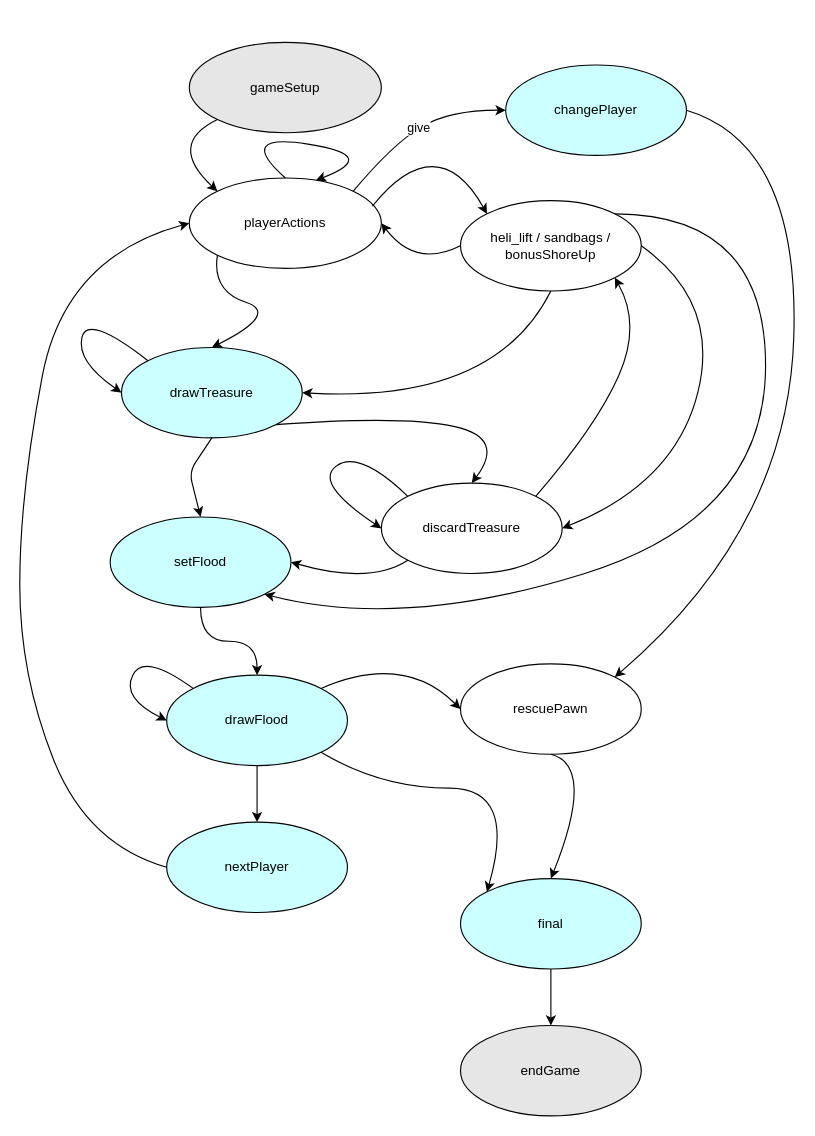
Before: state_diagram.drawio in jdicorpo/bga-forbiddenisland, a draw.io diagram. Source tidied: cells renumbered, new cells numbered last; positions are measured from the earlier drawing's top-left corner, leaving out a move shared by most shapes. Both pictures are drawn from the tidied source at 113%, with x=0, y=0 at pixel (19, 42).
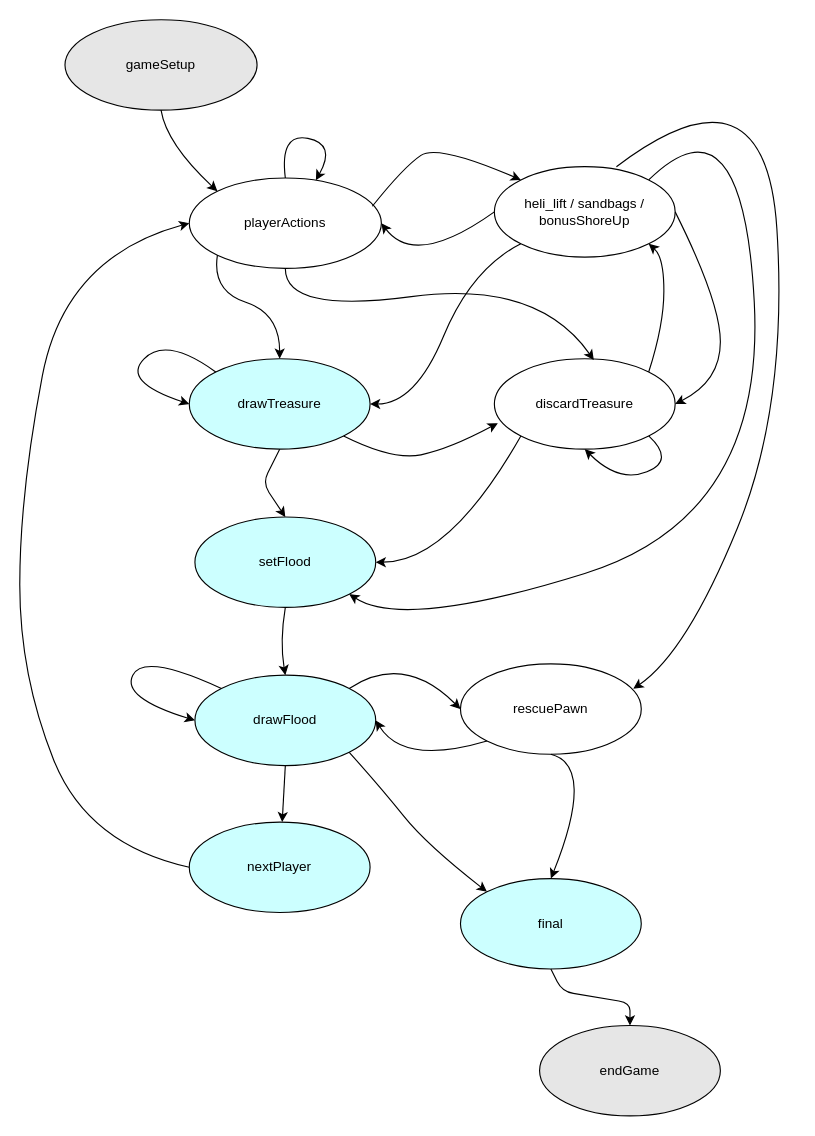
Above is the later version.

The change refers to these unchanged cells:
```xml
<mxCell id="3" value="playerActions" style="ellipse;whiteSpace=wrap;html=1;" parent="1" vertex="1">
  <mxGeometry x="150" y="120" width="170" height="80" as="geometry" />
</mxCell>
<mxCell id="16" value="final" style="ellipse;whiteSpace=wrap;html=1;fillColor=#CCFFFF;" parent="1" vertex="1">
  <mxGeometry x="390" y="740" width="160" height="80" as="geometry" />
</mxCell>
<mxCell id="21" value="rescuePawn" style="ellipse;whiteSpace=wrap;html=1;" parent="1" vertex="1">
  <mxGeometry x="390" y="550" width="160" height="80" as="geometry" />
</mxCell>
```

Change to the diagram source:
```diff
@@
     <mxCell id="2" value="gameSetup" style="ellipse;whiteSpace=wrap;html=1;fillColor=#E6E6E6;" parent="1" vertex="1">
-      <mxGeometry x="150" width="170" height="80" as="geometry" />
+      <mxGeometry x="40" y="-20" width="170" height="80" as="geometry" />
     </mxCell>
@@
     <mxCell id="4" value="drawTreasure" style="ellipse;whiteSpace=wrap;html=1;fillColor=#CCFFFF;" parent="1" vertex="1">
-      <mxGeometry x="90" y="270" width="160" height="80" as="geometry" />
+      <mxGeometry x="150" y="280" width="160" height="80" as="geometry" />
     </mxCell>
     <mxCell id="5" value="discardTreasure" style="ellipse;whiteSpace=wrap;html=1;" parent="1" vertex="1">
-      <mxGeometry x="320" y="390" width="160" height="80" as="geometry" />
+      <mxGeometry x="420" y="280" width="160" height="80" as="geometry" />
     </mxCell>
     <mxCell id="6" value="setFlood" style="ellipse;whiteSpace=wrap;html=1;fillColor=#CCFFFF;" parent="1" vertex="1">
-      <mxGeometry x="80" y="420" width="160" height="80" as="geometry" />
+      <mxGeometry x="155" y="420" width="160" height="80" as="geometry" />
     </mxCell>
     <mxCell id="7" value="drawFlood" style="ellipse;whiteSpace=wrap;html=1;fillColor=#CCFFFF;" parent="1" vertex="1">
-      <mxGeometry x="130" y="560" width="160" height="80" as="geometry" />
+      <mxGeometry x="155" y="560" width="160" height="80" as="geometry" />
     </mxCell>
     <mxCell id="8" style="endArrow=classic;html=1;exitX=0.5;exitY=1;exitDx=0;exitDy=0;entryX=0.5;entryY=0;entryDx=0;entryDy=0;" parent="1" edge="1" source="4" target="6">
       <mxGeometry relative="1" as="geometry">
         <Array as="points">
-          <mxPoint x="150" y="380" />
+          <mxPoint x="215" y="390" />
         </Array>
       </mxGeometry>
     </mxCell>
     <mxCell id="9" value="nextPlayer" style="ellipse;whiteSpace=wrap;html=1;fillColor=#CCFFFF;" parent="1" vertex="1">
-      <mxGeometry x="130" y="690" width="160" height="80" as="geometry" />
+      <mxGeometry x="150" y="690" width="160" height="80" as="geometry" />
     </mxCell>
@@
     <mxCell id="13" style="curved=1;endArrow=classic;html=1;exitX=0.5;exitY=0;exitDx=0;exitDy=0;entryX=0.659;entryY=0.025;entryDx=0;entryDy=0;entryPerimeter=0;" parent="1" edge="1" source="3" target="3">
       <mxGeometry relative="1" as="geometry">
         <Array as="points">
-          <mxPoint x="190" y="80" />
-          <mxPoint x="320" y="100" />
+          <mxPoint x="230" y="80" />
+          <mxPoint x="280" y="90" />
         </Array>
       </mxGeometry>
     </mxCell>
     <mxCell id="14" style="curved=1;endArrow=classic;html=1;exitX=0;exitY=0;exitDx=0;exitDy=0;entryX=0;entryY=0.5;entryDx=0;entryDy=0;" parent="1" edge="1" source="4" target="4">
       <mxGeometry relative="1" as="geometry">
         <Array as="points">
-          <mxPoint x="60" y="240" />
-          <mxPoint x="50" y="282" />
+          <mxPoint x="130" y="260" />
+          <mxPoint x="90" y="300" />
         </Array>
       </mxGeometry>
     </mxCell>
-    <mxCell id="15" style="curved=1;endArrow=classic;html=1;exitX=0;exitY=0;exitDx=0;exitDy=0;entryX=0;entryY=0.5;entryDx=0;entryDy=0;" parent="1" edge="1" source="5" target="5">
+    <mxCell id="15" style="curved=1;endArrow=classic;html=1;exitX=1;exitY=1;exitDx=0;exitDy=0;entryX=0.5;entryY=1;entryDx=0;entryDy=0;" parent="1" edge="1" source="5" target="5">
       <mxGeometry relative="1" as="geometry">
         <Array as="points">
-          <mxPoint x="300" y="360" />
-          <mxPoint x="260" y="390" />
+          <mxPoint x="580" y="370" />
+          <mxPoint x="530" y="390" />
         </Array>
       </mxGeometry>
     </mxCell>
@@
     <mxCell id="17" value="endGame" style="ellipse;whiteSpace=wrap;html=1;fillColor=#E6E6E6;" parent="1" vertex="1">
-      <mxGeometry x="390" y="870" width="160" height="80" as="geometry" />
+      <mxGeometry x="460" y="870" width="160" height="80" as="geometry" />
     </mxCell>
     <mxCell id="18" style="endArrow=classic;html=1;exitX=0.5;exitY=1;exitDx=0;exitDy=0;entryX=0.5;entryY=0;entryDx=0;entryDy=0;" parent="1" edge="1" source="16" target="17">
-      <mxGeometry relative="1" as="geometry" />
+      <mxGeometry relative="1" as="geometry">
+        <Array as="points">
+          <mxPoint x="480" y="840" />
+          <mxPoint x="540" y="850" />
+        </Array>
+      </mxGeometry>
     </mxCell>
     <mxCell id="19" style="curved=1;endArrow=classic;html=1;exitX=1;exitY=1;exitDx=0;exitDy=0;entryX=0;entryY=0;entryDx=0;entryDy=0;" parent="1" edge="1" source="7" target="16">
       <mxGeometry relative="1" as="geometry">
         <Array as="points">
           <mxPoint x="320" y="660" />
-          <mxPoint x="440" y="660" />
+          <mxPoint x="360" y="710" />
         </Array>
       </mxGeometry>
     </mxCell>
     <mxCell id="20" style="curved=1;endArrow=classic;html=1;exitX=0;exitY=1;exitDx=0;exitDy=0;entryX=1;entryY=0.5;entryDx=0;entryDy=0;" parent="1" edge="1" source="5" target="6">
       <mxGeometry relative="1" as="geometry">
         <Array as="points">
-          <mxPoint x="310" y="480" />
+          <mxPoint x="380" y="460" />
         </Array>
       </mxGeometry>
     </mxCell>
@@
     <mxCell id="22" value="heli_lift / sandbags / bonusShoreUp" style="ellipse;whiteSpace=wrap;html=1;" parent="1" vertex="1">
-      <mxGeometry x="390" y="140" width="160" height="80" as="geometry" />
+      <mxGeometry x="420" y="110" width="160" height="80" as="geometry" />
     </mxCell>
-    <mxCell id="23" style="curved=1;endArrow=classic;html=1;exitX=1;exitY=1;exitDx=0;exitDy=0;entryX=0.5;entryY=0;entryDx=0;entryDy=0;" parent="1" edge="1" source="4" target="5">
+    <mxCell id="23" style="curved=1;endArrow=classic;html=1;exitX=1;exitY=1;exitDx=0;exitDy=0;entryX=0.019;entryY=0.713;entryDx=0;entryDy=0;entryPerimeter=0;" parent="1" edge="1" source="4" target="5">
       <mxGeometry relative="1" as="geometry">
         <Array as="points">
-          <mxPoint x="340" y="330" />
-          <mxPoint x="430" y="350" />
+          <mxPoint x="330" y="370" />
+          <mxPoint x="380" y="360" />
         </Array>
       </mxGeometry>
     </mxCell>
-    <mxCell id="24" style="curved=1;endArrow=classic;html=1;exitX=0;exitY=1;exitDx=0;exitDy=0;entryX=0;entryY=0;entryDx=0;entryDy=0;" parent="1" edge="1" source="2" target="3">
+    <mxCell id="24" style="curved=1;endArrow=classic;html=1;exitX=0.5;exitY=1;exitDx=0;exitDy=0;entryX=0;entryY=0;entryDx=0;entryDy=0;" parent="1" edge="1" source="2" target="3">
       <mxGeometry relative="1" as="geometry">
         <Array as="points">
           <mxPoint x="130" y="90" />
         </Array>
       </mxGeometry>
     </mxCell>
     <mxCell id="25" style="curved=1;endArrow=classic;html=1;exitX=0.953;exitY=0.313;exitDx=0;exitDy=0;entryX=0;entryY=0;entryDx=0;entryDy=0;exitPerimeter=0;" parent="1" edge="1" source="3" target="22">
       <mxGeometry relative="1" as="geometry">
         <Array as="points">
           <mxPoint x="340" y="110" />
-          <mxPoint x="390" y="110" />
+          <mxPoint x="370" y="90" />
         </Array>
       </mxGeometry>
     </mxCell>
@@
-    <mxCell id="28" style="curved=1;endArrow=classic;html=1;exitX=0.5;exitY=1;exitDx=0;exitDy=0;entryX=1;entryY=0.5;entryDx=0;entryDy=0;" parent="1" edge="1" source="22" target="4">
+    <mxCell id="28" style="curved=1;endArrow=classic;html=1;exitX=0;exitY=1;exitDx=0;exitDy=0;entryX=1;entryY=0.5;entryDx=0;entryDy=0;" parent="1" edge="1" source="22" target="4">
       <mxGeometry relative="1" as="geometry">
         <Array as="points">
-          <mxPoint x="420" y="320" />
+          <mxPoint x="400" y="200" />
+          <mxPoint x="350" y="320" />
         </Array>
       </mxGeometry>
     </mxCell>
     <mxCell id="29" style="curved=1;endArrow=classic;html=1;exitX=1;exitY=0;exitDx=0;exitDy=0;entryX=1;entryY=1;entryDx=0;entryDy=0;" parent="1" edge="1" source="5" target="22">
       <mxGeometry relative="1" as="geometry">
         <Array as="points">
-          <mxPoint x="510" y="340" />
-          <mxPoint x="550" y="250" />
+          <mxPoint x="570" y="250" />
+          <mxPoint x="570" y="190" />
         </Array>
       </mxGeometry>
     </mxCell>
     <mxCell id="30" style="curved=1;endArrow=classic;html=1;entryX=1;entryY=0.5;entryDx=0;entryDy=0;exitX=1;exitY=0.5;exitDx=0;exitDy=0;" parent="1" edge="1" source="22" target="5">
       <mxGeometry relative="1" as="geometry">
         <Array as="points">
           <mxPoint x="620" y="230" />
-          <mxPoint x="580" y="390" />
+          <mxPoint x="620" y="300" />
         </Array>
       </mxGeometry>
     </mxCell>
     <mxCell id="31" style="curved=1;endArrow=classic;html=1;exitX=0.5;exitY=1;exitDx=0;exitDy=0;entryX=0.5;entryY=0;entryDx=0;entryDy=0;" parent="1" edge="1" source="6" target="7">
       <mxGeometry relative="1" as="geometry">
         <Array as="points">
-          <mxPoint x="160" y="530" />
-          <mxPoint x="210" y="530" />
+          <mxPoint x="230" y="530" />
         </Array>
       </mxGeometry>
     </mxCell>
     <mxCell id="32" style="curved=1;endArrow=classic;html=1;entryX=1;entryY=1;entryDx=0;entryDy=0;exitX=1;exitY=0;exitDx=0;exitDy=0;" parent="1" edge="1" source="22" target="6">
       <mxGeometry relative="1" as="geometry">
         <Array as="points">
-          <mxPoint x="660" y="152" />
+          <mxPoint x="640" y="40" />
           <mxPoint x="660" y="420" />
           <mxPoint x="340" y="520" />
         </Array>
       </mxGeometry>
     </mxCell>
@@
-    <mxCell id="35" style="curved=1;endArrow=classic;html=1;entryX=1;entryY=0;entryDx=0;entryDy=0;exitX=1;exitY=0.5;exitDx=0;exitDy=0;" parent="1" edge="1" source="36" target="21">
-      <mxGeometry relative="1" as="geometry">
-        <Array as="points">
-          <mxPoint x="690" y="90" />
-          <mxPoint x="680" y="430" />
-        </Array>
-      </mxGeometry>
-    </mxCell>
-    <mxCell id="36" value="changePlayer" style="ellipse;whiteSpace=wrap;html=1;fillColor=#CCFFFF;" parent="1" vertex="1">
-      <mxGeometry x="430" y="20" width="160" height="80" as="geometry" />
-    </mxCell>
-    <mxCell id="37" value="give" style="curved=1;endArrow=classic;html=1;exitX=1;exitY=0;exitDx=0;exitDy=0;entryX=0;entryY=0.5;entryDx=0;entryDy=0;" parent="1" edge="1" source="3" target="36">
-      <mxGeometry relative="1" as="geometry">
-        <Array as="points">
-          <mxPoint x="330" y="90" />
-          <mxPoint x="380" y="60" />
-        </Array>
-      </mxGeometry>
-    </mxCell>
+    <mxCell id="38" style="curved=1;endArrow=classic;html=1;exitX=0.5;exitY=1;exitDx=0;exitDy=0;entryX=0.55;entryY=0.013;entryDx=0;entryDy=0;entryPerimeter=0;" parent="1" edge="1" source="3" target="5">
+      <mxGeometry relative="1" as="geometry">
+        <Array as="points">
+          <mxPoint x="235" y="240" />
+          <mxPoint x="458" y="210" />
+        </Array>
+      </mxGeometry>
+    </mxCell>
+    <mxCell id="39" style="curved=1;endArrow=classic;html=1;entryX=1;entryY=0.5;entryDx=0;entryDy=0;exitX=0;exitY=1;exitDx=0;exitDy=0;" parent="1" edge="1" source="21" target="7">
+      <mxGeometry relative="1" as="geometry">
+        <Array as="points">
+          <mxPoint x="340" y="640" />
+        </Array>
+      </mxGeometry>
+    </mxCell>
+    <mxCell id="40" style="curved=1;endArrow=classic;html=1;exitX=0.675;exitY=0;exitDx=0;exitDy=0;exitPerimeter=0;entryX=0.956;entryY=0.275;entryDx=0;entryDy=0;entryPerimeter=0;" parent="1" edge="1" source="22" target="21">
+      <mxGeometry relative="1" as="geometry">
+        <Array as="points">
+          <mxPoint x="660" y="10" />
+          <mxPoint x="680" y="320" />
+          <mxPoint x="590" y="540" />
+        </Array>
+      </mxGeometry>
+    </mxCell>
```
